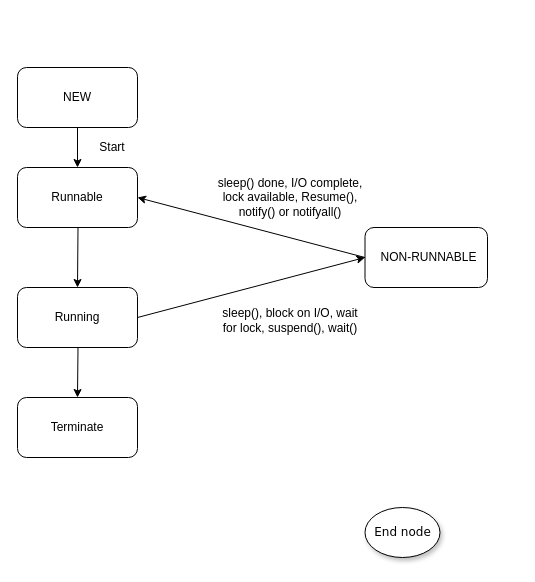
Chris-Lazarius/Drawing-of-programming-patterns-UML-Diagrams keeps this draw.io diagram as Runnable Thread.drawio. Above is the earlier version. Source tidied: cells renumbered, new cells numbered last; positions are measured from the earlier drawing's top-left corner, leaving out a move shared by most shapes. Both pictures are drawn from the tidied source at 100%, with x=0, y=0 at pixel (17, 67).
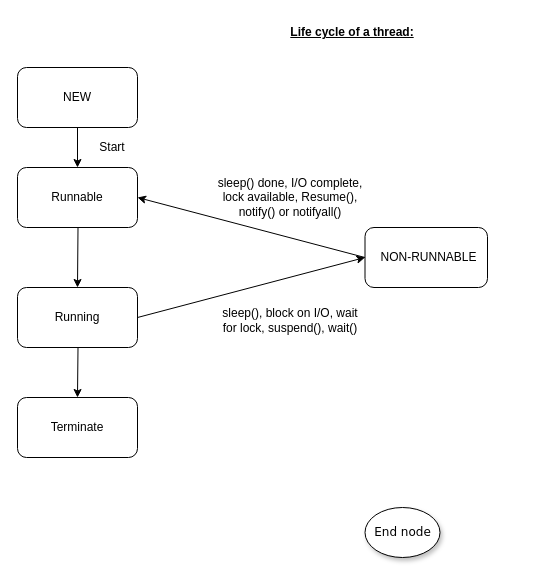
Above is the later version.

The edit, as a diff of the source:
```diff
@@
+    <mxCell id="21" value="&lt;b&gt;&lt;u&gt;Life cycle of a thread:&lt;/u&gt;&lt;/b&gt;" style="text;html=1;strokeColor=none;fillColor=none;align=center;verticalAlign=middle;whiteSpace=wrap;rounded=0;" parent="1" vertex="1">
+      <mxGeometry x="170" y="-50" width="330" height="30" as="geometry" />
+    </mxCell>
```
